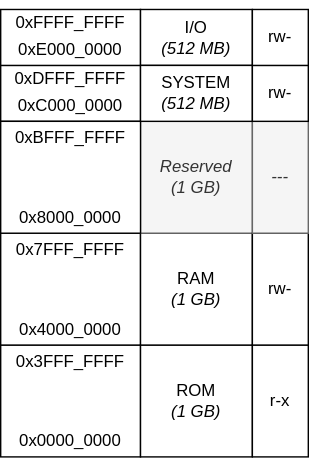
Earlier version of the draw.io export docs/figures/MemoryMap.drawio.svg (dhad4g/Lexington). Source tidied: cells renumbered, new cells last; positions are measured from the earlier drawing's top-left corner, leaving out a move shared by most shapes.
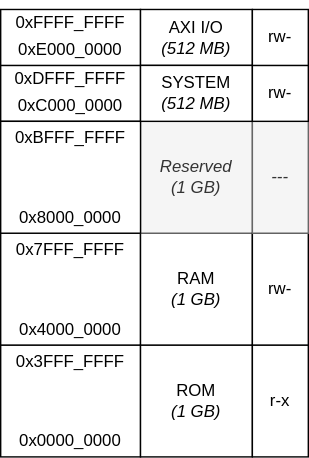
Above is the later version.

The edit, as a diff of the source:
```diff
@@ -23,7 +23,7 @@
     <mxCell id="8" value="&lt;i&gt;Reserved&lt;br&gt;(1 GB)&lt;br&gt;&lt;/i&gt;" style="rounded=0;whiteSpace=wrap;html=1;fontSize=12;fillColor=#f5f5f5;fontColor=#333333;strokeColor=#666666;" parent="1" vertex="1">
       <mxGeometry x="100" y="80" width="80" height="80" as="geometry" />
     </mxCell>
-    <mxCell id="9" value="I/O&lt;br&gt;&lt;i&gt;(512 MB)&lt;/i&gt;" style="rounded=0;whiteSpace=wrap;html=1;fontSize=12;" parent="1" vertex="1">
+    <mxCell id="9" value="AXI I/O&lt;br&gt;&lt;i&gt;(512 MB)&lt;/i&gt;" style="rounded=0;whiteSpace=wrap;html=1;fontSize=12;" parent="1" vertex="1">
       <mxGeometry x="100" width="80" height="40" as="geometry" />
     </mxCell>
     <mxCell id="10" value="r-x" style="rounded=0;whiteSpace=wrap;html=1;" parent="1" vertex="1">
```
